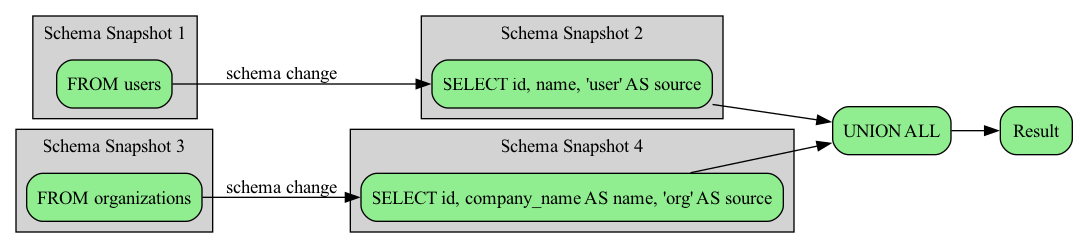
Above: examples/union_query_schema.png in rot1024/sqloflow (Graphviz), before the change. Its source is kept beside it as examples/union_query_schema.dot.
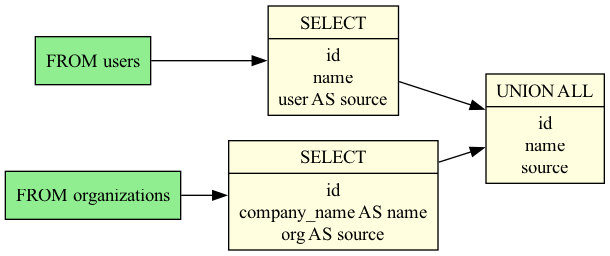
Later version of the same file.

The edit, as a diff of the source:
```diff
@@ -1,37 +1,17 @@
-digraph sqloflow {
+digraph schema_flow {
   rankdir=LR;
-  node [shape=box, style=rounded];
+  node [shape=record];
 
-  subgraph cluster_0 {
-    label="Schema Snapshot 1";
-    style=filled;
-    fillcolor=lightgray;
-    node_0 [label="FROM users", fillcolor=lightgreen, style="filled,rounded"];
-  }
-  subgraph cluster_1 {
-    label="Schema Snapshot 2";
-    style=filled;
-    fillcolor=lightgray;
-    node_1 [label="SELECT id, name, 'user' AS source", fillcolor=lightgreen, style="filled,rounded"];
-  }
-  node_2 [label="UNION ALL", fillcolor=lightgreen, style="filled,rounded"];
-  node_5 [label="Result", fillcolor=lightgreen, style="filled,rounded"];
-  subgraph cluster_2 {
-    label="Schema Snapshot 3";
-    style=filled;
-    fillcolor=lightgray;
-    node_3 [label="FROM organizations", fillcolor=lightgreen, style="filled,rounded"];
-  }
-  subgraph cluster_3 {
-    label="Schema Snapshot 4";
-    style=filled;
-    fillcolor=lightgray;
-    node_4 [label="SELECT id, company_name AS name, 'org' AS source", fillcolor=lightgreen, style="filled,rounded"];
-  }
+  node_0 [label="FROM users", style=filled, fillcolor=lightgreen];
+  node_3 [label="FROM organizations", style=filled, fillcolor=lightgreen];
 
-  node_0 -> node_1 [color=black, label="schema change"];
-  node_1 -> node_2 [color=black];
-  node_3 -> node_4 [color=black, label="schema change"];
-  node_4 -> node_2 [color=black];
-  node_2 -> node_5 [color=black];
+  node_1 [label="SELECT|id\nname\nuser AS source", style=filled, fillcolor=lightyellow];
+  node_2 [label="UNION ALL|id\nname\nsource", style=filled, fillcolor=lightyellow];
+  node_4 [label="SELECT|id\ncompany_name AS name\norg AS source", style=filled, fillcolor=lightyellow];
+
+
+  node_0 -> node_1;
+  node_1 -> node_2;
+  node_3 -> node_4;
+  node_4 -> node_2;
 }
```
